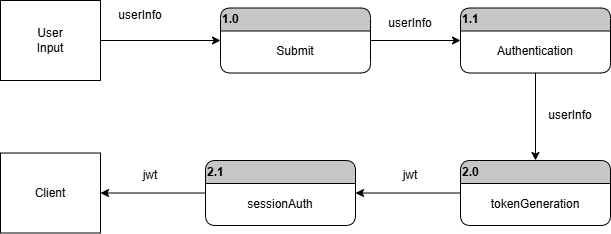
Before: 03_Team_Work/Team4/Milestone_3_Components/Team_Editor_Review/JA_M3_Team4_LoginSessionValidationDFD.png, a diagram exported from draw.io (JmmonJeremy/CareerBound-SDD). Source tidied: cells renumbered, new cells last; positions are measured from the earlier drawing's top-left corner, leaving out a move shared by most shapes.
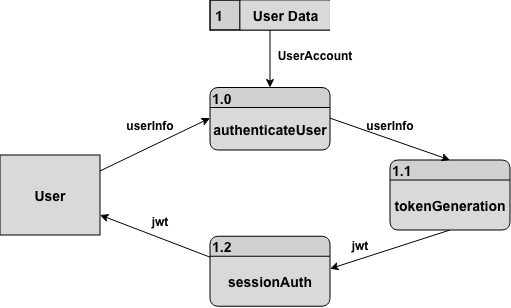
The same file after the commit.

Commit message:
Revised Jackson's structure charts a bit and moved them over to the Team Editor folder

Diff of the diagram source:
```diff
@@ -2,69 +2,67 @@
   <root>
     <mxCell id="0" />
     <mxCell id="1" parent="0" />
-    <mxCell id="2" style="edgeStyle=orthogonalEdgeStyle;rounded=0;jettySize=auto;html=1;entryX=0;entryY=0.5;entryDx=0;entryDy=0;" parent="1" edge="1" source="3" target="5">
+    <mxCell id="2" style="rounded=0;jettySize=auto;html=1;entryX=0;entryY=0.25;entryDx=0;entryDy=0;fontStyle=1;fontSize=14;fontFamily=Arial;" parent="1" edge="1" source="3" target="9">
       <mxGeometry relative="1" as="geometry" />
     </mxCell>
-    <mxCell id="3" value="User&lt;div&gt;Input&lt;/div&gt;" style="rounded=0;whiteSpace=wrap;html=1;" parent="1" vertex="1">
-      <mxGeometry width="100" height="80" as="geometry" />
+    <mxCell id="3" value="User" style="rounded=0;whiteSpace=wrap;html=1;fillColor=#D9D9D9;fontStyle=1;fontSize=14;fontFamily=Arial;" parent="1" vertex="1">
+      <mxGeometry y="75" width="100" height="80" as="geometry" />
     </mxCell>
-    <mxCell id="4" style="edgeStyle=orthogonalEdgeStyle;rounded=0;jettySize=auto;html=1;entryX=0;entryY=0.5;entryDx=0;entryDy=0;" parent="1" edge="1" source="5" target="7">
-      <mxGeometry relative="1" as="geometry" />
-    </mxCell>
-    <mxCell id="5" value="1.0" style="swimlane;whiteSpace=wrap;html=1;rounded=1;align=left;fillColor=#C7C7C7;" parent="1" vertex="1">
-      <mxGeometry x="220" y="7.5" width="150" height="65" as="geometry" />
-    </mxCell>
-    <mxCell id="6" value="Submit" style="text;html=1;whiteSpace=wrap;strokeColor=none;fillColor=none;align=center;verticalAlign=middle;rounded=0;" parent="5" vertex="1">
-      <mxGeometry x="40" y="22.5" width="70" height="42.5" as="geometry" />
-    </mxCell>
-    <mxCell id="7" value="1.1" style="swimlane;whiteSpace=wrap;html=1;rounded=1;align=left;fillColor=#C7C7C7;" parent="1" vertex="1">
-      <mxGeometry x="460" y="7.5" width="150" height="65" as="geometry" />
-    </mxCell>
-    <mxCell id="8" style="edgeStyle=orthogonalEdgeStyle;rounded=0;jettySize=auto;html=1;" parent="7" edge="1" source="9">
-      <mxGeometry relative="1" as="geometry">
-        <mxPoint x="75" y="152.5" as="targetPoint" />
-      </mxGeometry>
-    </mxCell>
-    <mxCell id="9" value="Authentication" style="text;html=1;whiteSpace=wrap;strokeColor=none;fillColor=none;align=center;verticalAlign=middle;rounded=0;" parent="7" vertex="1">
-      <mxGeometry x="40" y="22.5" width="70" height="42.5" as="geometry" />
-    </mxCell>
-    <mxCell id="10" style="edgeStyle=orthogonalEdgeStyle;rounded=0;jettySize=auto;html=1;entryX=1;entryY=0.5;entryDx=0;entryDy=0;" parent="1" edge="1" source="11" target="14">
+    <mxCell id="10" style="rounded=0;jettySize=auto;html=1;entryX=1;entryY=0.25;entryDx=0;entryDy=0;exitX=0.5;exitY=1;exitDx=0;exitDy=0;fontStyle=1;fontSize=14;fontFamily=Arial;" parent="1" edge="1" source="12" target="15">
       <mxGeometry relative="1" as="geometry" />
     </mxCell>
-    <mxCell id="11" value="2.0" style="swimlane;whiteSpace=wrap;html=1;rounded=1;align=left;fillColor=#C7C7C7;" parent="1" vertex="1">
-      <mxGeometry x="460" y="160" width="150" height="65" as="geometry" />
-    </mxCell>
-    <mxCell id="12" value="tokenGeneration" style="text;html=1;whiteSpace=wrap;strokeColor=none;fillColor=none;align=center;verticalAlign=middle;rounded=0;" parent="11" vertex="1">
-      <mxGeometry x="40" y="22.5" width="70" height="42.5" as="geometry" />
-    </mxCell>
-    <mxCell id="13" style="edgeStyle=orthogonalEdgeStyle;rounded=0;jettySize=auto;html=1;" parent="1" edge="1" source="14">
+    <mxCell id="13" style="rounded=0;jettySize=auto;html=1;exitX=0.001;exitY=0.322;exitDx=0;exitDy=0;exitPerimeter=0;entryX=1;entryY=0.75;entryDx=0;entryDy=0;fontStyle=1;fontSize=14;fontFamily=Arial;" parent="1" edge="1" target="3">
       <mxGeometry relative="1" as="geometry">
-        <mxPoint x="100" y="192.5" as="targetPoint" />
+        <mxPoint x="245.1" y="190.6" as="sourcePoint" />
       </mxGeometry>
     </mxCell>
-    <mxCell id="14" value="2.1" style="swimlane;whiteSpace=wrap;html=1;rounded=1;align=left;fillColor=#C7C7C7;" parent="1" vertex="1">
-      <mxGeometry x="205" y="160" width="150" height="65" as="geometry" />
-    </mxCell>
-    <mxCell id="15" value="sessionAuth" style="text;html=1;whiteSpace=wrap;strokeColor=none;fillColor=none;align=center;verticalAlign=middle;rounded=0;" parent="14" vertex="1">
-      <mxGeometry x="40" y="22.5" width="70" height="42.5" as="geometry" />
-    </mxCell>
-    <mxCell id="16" value="Client" style="rounded=0;whiteSpace=wrap;html=1;" parent="1" vertex="1">
-      <mxGeometry y="152.5" width="100" height="80" as="geometry" />
-    </mxCell>
-    <mxCell id="17" value="userInfo" style="text;html=1;whiteSpace=wrap;strokeColor=none;fillColor=none;align=center;verticalAlign=middle;rounded=0;" parent="1" vertex="1">
-      <mxGeometry x="110" width="60" height="30" as="geometry" />
+    <mxCell id="17" value="userInfo" style="text;html=1;whiteSpace=wrap;strokeColor=none;fillColor=none;align=center;verticalAlign=middle;rounded=0;fontStyle=1;fontSize=12;fontFamily=Arial;" parent="1" vertex="1">
+      <mxGeometry x="120" y="30" width="60" height="30" as="geometry" />
     </mxCell>
-    <mxCell id="18" value="userInfo" style="text;html=1;whiteSpace=wrap;strokeColor=none;fillColor=none;align=center;verticalAlign=middle;rounded=0;" parent="1" vertex="1">
-      <mxGeometry x="380" y="7.5" width="60" height="30" as="geometry" />
-    </mxCell>
-    <mxCell id="19" value="userInfo" style="text;html=1;whiteSpace=wrap;strokeColor=none;fillColor=none;align=center;verticalAlign=middle;rounded=0;" parent="1" vertex="1">
-      <mxGeometry x="540" y="100" width="60" height="30" as="geometry" />
+    <mxCell id="19" value="userInfo" style="text;html=1;whiteSpace=wrap;strokeColor=none;fillColor=none;align=center;verticalAlign=middle;rounded=0;fontStyle=1;fontSize=12;fontFamily=Arial;" parent="1" vertex="1">
+      <mxGeometry x="360" y="30" width="60" height="30" as="geometry" />
     </mxCell>
-    <mxCell id="20" value="jwt" style="text;html=1;whiteSpace=wrap;strokeColor=none;fillColor=none;align=center;verticalAlign=middle;rounded=0;" parent="1" vertex="1">
-      <mxGeometry x="380" y="160" width="60" height="30" as="geometry" />
+    <mxCell id="20" value="jwt" style="text;html=1;whiteSpace=wrap;strokeColor=none;fillColor=none;align=center;verticalAlign=middle;rounded=0;fontStyle=1;fontSize=12;fontFamily=Arial;" parent="1" vertex="1">
+      <mxGeometry x="330" y="150" width="60" height="30" as="geometry" />
     </mxCell>
-    <mxCell id="21" value="jwt" style="text;html=1;whiteSpace=wrap;strokeColor=none;fillColor=none;align=center;verticalAlign=middle;rounded=0;" parent="1" vertex="1">
-      <mxGeometry x="120" y="160" width="60" height="30" as="geometry" />
+    <mxCell id="21" value="jwt" style="text;html=1;whiteSpace=wrap;strokeColor=none;fillColor=none;align=center;verticalAlign=middle;rounded=0;fontStyle=1;fontSize=12;fontFamily=Arial;" parent="1" vertex="1">
+      <mxGeometry x="130" y="126.2" width="60" height="30" as="geometry" />
     </mxCell>
+    <mxCell id="5" value="1.0" style="swimlane;fontStyle=1;horizontal=1;startSize=20;fillColor=#D1D1D1;swimlaneFillColor=#D9D9D9;rounded=1;align=left;fontSize=14;fontFamily=Arial;" parent="1" vertex="1">
+      <mxGeometry x="210" y="7.5" width="120" height="62.5" as="geometry" />
+    </mxCell>
+    <mxCell id="9" value="authenticateUser" style="text;html=1;whiteSpace=wrap;strokeColor=none;fillColor=none;align=center;verticalAlign=middle;rounded=0;fontStyle=1;fontSize=14;fontFamily=Arial;" parent="5" vertex="1">
+      <mxGeometry y="20" width="120" height="42.5" as="geometry" />
+    </mxCell>
+    <mxCell id="7" value="1.1" style="swimlane;fontStyle=1;horizontal=1;startSize=20;fillColor=#D1D1D1;swimlaneFillColor=#D9D9D9;rounded=1;align=left;fontSize=14;fontFamily=Arial;" parent="1" vertex="1">
+      <mxGeometry x="390" y="80" width="120" height="70" as="geometry" />
+    </mxCell>
+    <mxCell id="12" value="tokenGeneration" style="text;html=1;whiteSpace=wrap;strokeColor=none;fillColor=none;align=center;verticalAlign=middle;rounded=0;fontStyle=1;fontSize=14;fontFamily=Arial;" parent="7" vertex="1">
+      <mxGeometry y="20" width="120" height="50" as="geometry" />
+    </mxCell>
+    <mxCell id="22" value="1.2" style="swimlane;fontStyle=1;horizontal=1;startSize=20;fillColor=#D1D1D1;swimlaneFillColor=#D9D9D9;rounded=1;align=left;fontSize=14;fontFamily=Arial;" parent="1" vertex="1">
+      <mxGeometry x="210" y="156.2" width="120" height="70" as="geometry" />
+    </mxCell>
+    <mxCell id="15" value="sessionAuth" style="text;html=1;whiteSpace=wrap;strokeColor=none;fillColor=none;align=center;verticalAlign=middle;rounded=0;fontStyle=1;fontSize=14;fontFamily=Arial;" parent="22" vertex="1">
+      <mxGeometry y="20" width="120" height="50" as="geometry" />
+    </mxCell>
+    <mxCell id="23" style="rounded=0;jettySize=auto;html=1;exitX=1;exitY=0.25;exitDx=0;exitDy=0;entryX=0.5;entryY=0;entryDx=0;entryDy=0;fontStyle=1;fontSize=14;fontFamily=Arial;" parent="1" edge="1" source="9" target="7">
+      <mxGeometry relative="1" as="geometry" />
+    </mxCell>
+    <mxCell id="24" style="group;fontStyle=1;fontSize=14;strokeWidth=1.5;fontFamily=Arial;" parent="1" vertex="1">
+      <mxGeometry x="210" y="-80" width="120" height="30" as="geometry" />
+    </mxCell>
+    <mxCell id="25" value="1" style="html=1;dashed=0;whiteSpace=wrap;shape=mxgraph.dfd.dataStoreID;align=left;spacingLeft=3;points=[[0,0],[0.5,0],[1,0],[0,0.5],[1,0.5],[0,1],[0.5,1],[1,1]];fontFamily=Arial;fillColor=#D1D1D1;shadow=0;gradientColor=none;gradientDirection=east;fontSize=14;fontStyle=1;strokeWidth=1.5;" parent="24" vertex="1">
+      <mxGeometry width="120" height="30" as="geometry" />
+    </mxCell>
+    <mxCell id="26" value="User Data" style="text;strokeColor=none;fillColor=#D9D9D9;align=center;verticalAlign=middle;rounded=0;fontStyle=1;labelBackgroundColor=none;whiteSpace=wrap;html=1;labelBorderColor=none;textShadow=0;fontFamily=Arial;fontSize=14;perimeterSpacing=0;glass=0;strokeWidth=1.5;" parent="24" vertex="1">
+      <mxGeometry x="30.5" y="0.5" width="89" height="29" as="geometry" />
+    </mxCell>
+    <mxCell id="27" style="edgeStyle=orthogonalEdgeStyle;rounded=0;jettySize=auto;html=1;exitX=0.5;exitY=1;exitDx=0;exitDy=0;entryX=0.5;entryY=0;entryDx=0;entryDy=0;fontStyle=1;fontSize=14;fontFamily=Arial;" parent="1" edge="1" source="25" target="5">
+      <mxGeometry relative="1" as="geometry" />
+    </mxCell>
+    <mxCell id="28" value="UserAccount" style="text;html=1;whiteSpace=wrap;strokeColor=none;fillColor=none;align=center;verticalAlign=middle;rounded=0;fontStyle=1;fontSize=12;fontFamily=Arial;" parent="1" vertex="1">
+      <mxGeometry x="270" y="-40" width="90" height="30" as="geometry" />
+    </mxCell>
   </root>
 </mxGraphModel>
```
